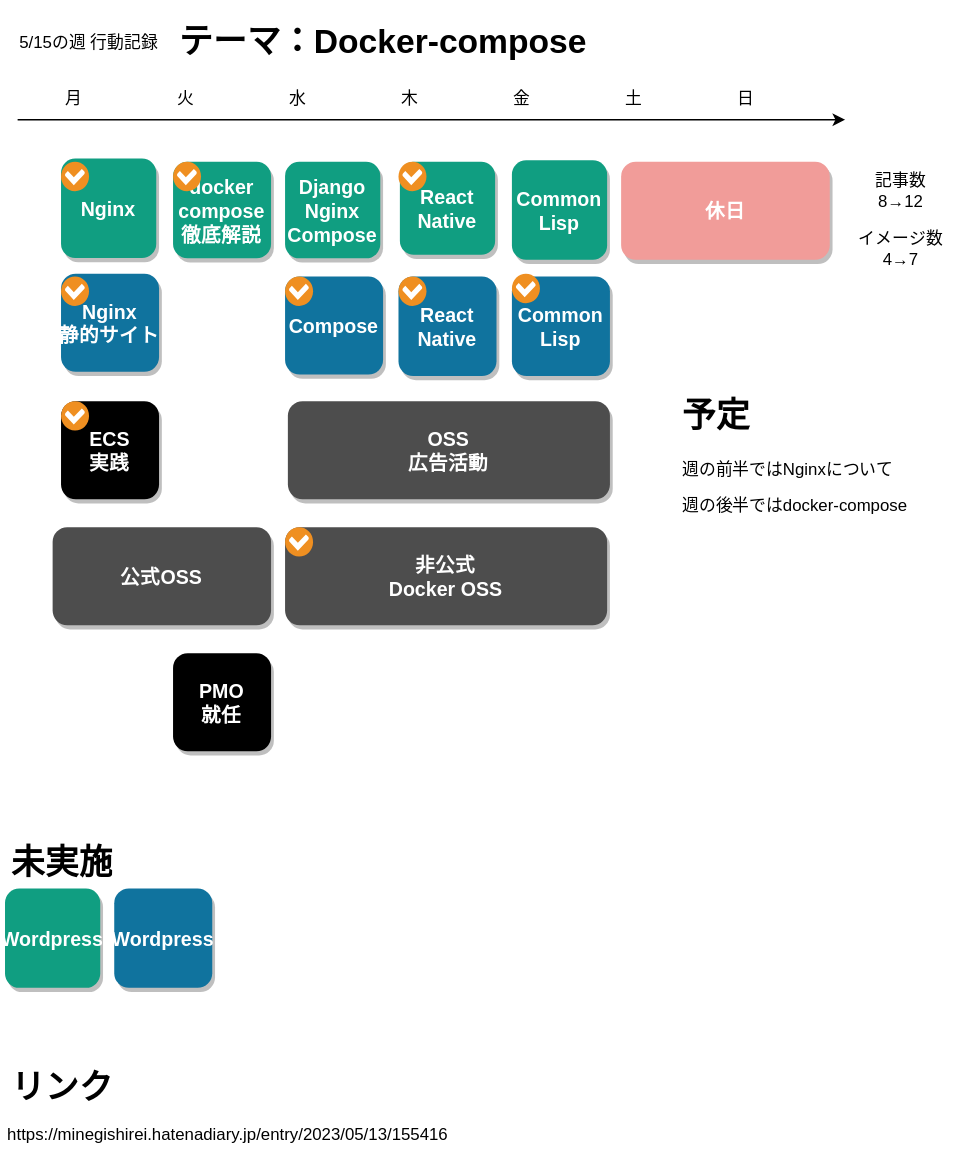
Above: 人生設計-20230515.drawio.svg in minegishirei/draw_v1 (draw.io), before the change. Source tidied: cells renumbered, new cells last; positions are measured from the earlier drawing's top-left corner, leaving out a move shared by most shapes.
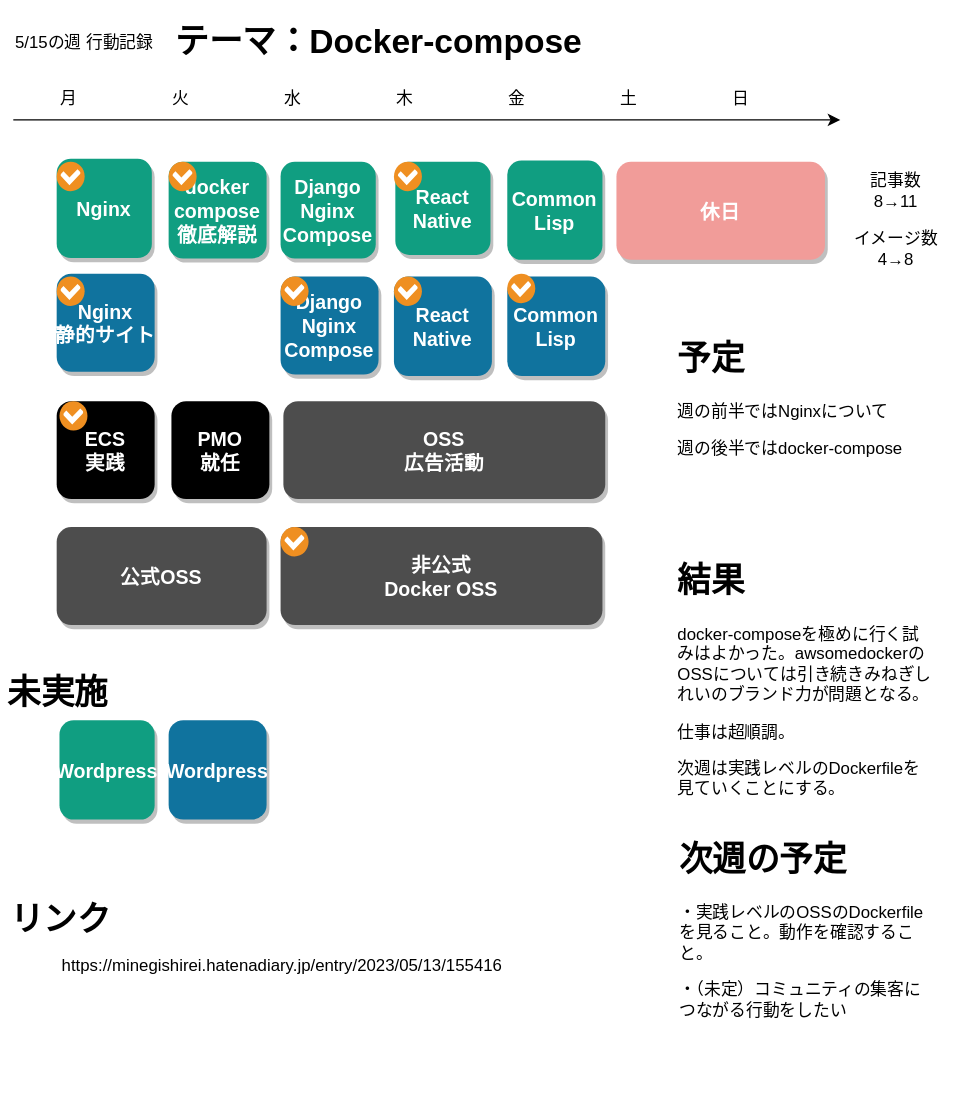
The same file after the commit.

Commit message:
人生設計-20230515.drawio.svg を追加しました。

Change to the diagram source:
```diff
@@ -48,24 +48,24 @@
       <mxGeometry y="5" width="120" height="30" as="geometry" />
     </mxCell>
     <mxCell id="16" value="&lt;h1&gt;予定&lt;/h1&gt;&lt;p&gt;週の前半ではNginxについて&lt;/p&gt;&lt;p&gt;週の後半ではdocker-compose&lt;/p&gt;" style="text;html=1;strokeColor=none;fillColor=none;spacing=5;spacingTop=-20;whiteSpace=wrap;overflow=hidden;rounded=0;" parent="1" vertex="1">
-      <mxGeometry x="479" y="267" width="190" height="120" as="geometry" />
+      <mxGeometry x="479" y="226" width="190" height="120" as="geometry" />
     </mxCell>
     <mxCell id="17" value="&lt;h1&gt;テーマ：Docker-compose&lt;/h1&gt;" style="text;html=1;strokeColor=none;fillColor=none;spacing=5;spacingTop=-20;whiteSpace=wrap;overflow=hidden;rounded=0;" parent="1" vertex="1">
       <mxGeometry x="120" width="480" height="40" as="geometry" />
     </mxCell>
-    <mxCell id="18" value="Compose" style="rounded=1;fillColor=#10739E;strokeColor=none;shadow=1;gradientColor=none;fontStyle=1;fontColor=#FFFFFF;fontSize=14;" parent="1" vertex="1">
+    <mxCell id="18" value="Django&#10;Nginx&#10;Compose" style="rounded=1;fillColor=#10739E;strokeColor=none;shadow=1;gradientColor=none;fontStyle=1;fontColor=#FFFFFF;fontSize=14;" parent="1" vertex="1">
       <mxGeometry x="200" y="187" width="70" height="70" as="geometry" />
     </mxCell>
     <mxCell id="19" value="Wordpress" style="rounded=1;fillColor=#109e81;strokeColor=none;shadow=1;gradientColor=none;fontStyle=1;fontColor=#FFFFFF;fontSize=14;" parent="1" vertex="1">
-      <mxGeometry y="624" width="68" height="71" as="geometry" />
+      <mxGeometry x="42" y="504" width="68" height="71" as="geometry" />
     </mxCell>
     <mxCell id="20" value="Wordpress" style="rounded=1;fillColor=#10739E;strokeColor=none;shadow=1;gradientColor=none;fontStyle=1;fontColor=#FFFFFF;fontSize=14;" parent="1" vertex="1">
-      <mxGeometry x="78" y="624" width="70" height="71" as="geometry" />
+      <mxGeometry x="120" y="504" width="70" height="71" as="geometry" />
     </mxCell>
-    <mxCell id="21" value="記事数&lt;br&gt;8→12" style="text;html=1;strokeColor=none;fillColor=none;align=center;verticalAlign=middle;whiteSpace=wrap;rounded=0;" parent="1" vertex="1">
+    <mxCell id="21" value="記事数&lt;br&gt;8→11" style="text;html=1;strokeColor=none;fillColor=none;align=center;verticalAlign=middle;whiteSpace=wrap;rounded=0;" parent="1" vertex="1">
       <mxGeometry x="600" y="105" width="80" height="41" as="geometry" />
     </mxCell>
-    <mxCell id="22" value="イメージ数&lt;br&gt;4→7" style="text;html=1;strokeColor=none;fillColor=none;align=center;verticalAlign=middle;whiteSpace=wrap;rounded=0;" parent="1" vertex="1">
+    <mxCell id="22" value="イメージ数&lt;br&gt;4→8" style="text;html=1;strokeColor=none;fillColor=none;align=center;verticalAlign=middle;whiteSpace=wrap;rounded=0;" parent="1" vertex="1">
       <mxGeometry x="600" y="146" width="80" height="41" as="geometry" />
     </mxCell>
     <mxCell id="23" style="shadow=0;dashed=0;html=1;strokeColor=none;fillColor=#EF8F21;labelPosition=center;verticalLabelPosition=bottom;verticalAlign=top;align=center;shape=mxgraph.veeam.checked;" parent="1" vertex="1">
@@ -75,16 +75,16 @@
       <mxGeometry x="40" y="187" width="20" height="21" as="geometry" />
     </mxCell>
     <mxCell id="25" value="公式OSS" style="rounded=1;fillColor=#4D4D4D;strokeColor=none;shadow=1;gradientColor=none;fontStyle=1;fontColor=#FFFFFF;fontSize=14;" parent="1" vertex="1">
-      <mxGeometry x="34" y="366" width="156" height="70" as="geometry" />
+      <mxGeometry x="40" y="366" width="150" height="70" as="geometry" />
     </mxCell>
     <mxCell id="26" style="shadow=0;dashed=0;html=1;strokeColor=none;fillColor=#EF8F21;labelPosition=center;verticalLabelPosition=bottom;verticalAlign=top;align=center;shape=mxgraph.veeam.checked;" parent="1" vertex="1">
-      <mxGeometry x="40" y="276" width="20" height="21" as="geometry" />
+      <mxGeometry x="42" y="276" width="20" height="21" as="geometry" />
     </mxCell>
     <mxCell id="27" style="shadow=0;dashed=0;html=1;strokeColor=none;fillColor=#EF8F21;labelPosition=center;verticalLabelPosition=bottom;verticalAlign=top;align=center;shape=mxgraph.veeam.checked;" parent="1" vertex="1">
       <mxGeometry x="120" y="105" width="20" height="21" as="geometry" />
     </mxCell>
     <mxCell id="28" value="PMO&#10;就任" style="rounded=1;fillColor=#000000;strokeColor=none;shadow=1;gradientColor=none;fontStyle=1;fontColor=#FFFFFF;fontSize=14;" parent="1" vertex="1">
-      <mxGeometry x="120" y="456" width="70" height="70" as="geometry" />
+      <mxGeometry x="122" y="276" width="70" height="70" as="geometry" />
     </mxCell>
     <mxCell id="29" style="shadow=0;dashed=0;html=1;strokeColor=none;fillColor=#EF8F21;labelPosition=center;verticalLabelPosition=bottom;verticalAlign=top;align=center;shape=mxgraph.veeam.checked;" parent="1" vertex="1">
       <mxGeometry x="200" y="187" width="20" height="21" as="geometry" />
@@ -93,7 +93,7 @@
       <mxGeometry x="200" y="366" width="230" height="70" as="geometry" />
     </mxCell>
     <mxCell id="31" value="&lt;h1&gt;未実施&lt;/h1&gt;" style="text;html=1;strokeColor=none;fillColor=none;spacing=5;spacingTop=-20;whiteSpace=wrap;overflow=hidden;rounded=0;" parent="1" vertex="1">
-      <mxGeometry y="586" width="190" height="39" as="geometry" />
+      <mxGeometry y="465" width="190" height="39" as="geometry" />
     </mxCell>
     <mxCell id="32" value="React&#10;Native" style="rounded=1;fillColor=#109e81;strokeColor=none;shadow=1;gradientColor=none;fontStyle=1;fontColor=#FFFFFF;fontSize=14;" parent="1" vertex="1">
       <mxGeometry x="282" y="105" width="68" height="66.5" as="geometry" />
@@ -111,7 +111,7 @@
       <mxGeometry x="200" y="366" width="20" height="21" as="geometry" />
     </mxCell>
     <mxCell id="37" value="https://minegishirei.hatenadiary.jp/entry/2023/05/13/155416" style="text;whiteSpace=wrap;html=1;overflow:hidden;" parent="1" vertex="1">
-      <mxGeometry y="786" width="210" height="40" as="geometry" />
+      <mxGeometry x="42" y="666" width="210" height="40" as="geometry" />
     </mxCell>
     <mxCell id="38" value="Common&#10;Lisp" style="rounded=1;fillColor=#109e81;strokeColor=none;shadow=1;gradientColor=none;fontStyle=1;fontColor=#FFFFFF;fontSize=14;" parent="1" vertex="1">
       <mxGeometry x="362" y="104" width="68" height="71" as="geometry" />
@@ -129,7 +129,13 @@
       <mxGeometry x="362" y="185" width="20" height="21" as="geometry" />
     </mxCell>
     <mxCell id="43" value="&lt;h1&gt;リンク&lt;/h1&gt;" style="text;html=1;strokeColor=none;fillColor=none;spacing=5;spacingTop=-20;whiteSpace=wrap;overflow=hidden;rounded=0;" parent="1" vertex="1">
-      <mxGeometry y="747" width="190" height="39" as="geometry" />
+      <mxGeometry x="2" y="627" width="190" height="39" as="geometry" />
     </mxCell>
+    <mxCell id="44" value="&lt;h1&gt;結果&lt;/h1&gt;&lt;p&gt;docker-composeを極めに行く試みはよかった。awsomedockerのOSSについては引き続きみねぎしれいのブランド力が問題となる。&lt;/p&gt;&lt;p&gt;仕事は超順調。&lt;/p&gt;&lt;p&gt;次週は実践レベルのDockerfileを見ていくことにする。&lt;/p&gt;" style="text;html=1;strokeColor=none;fillColor=none;spacing=5;spacingTop=-20;whiteSpace=wrap;overflow=hidden;rounded=0;" parent="1" vertex="1">
+      <mxGeometry x="479" y="385" width="190" height="190" as="geometry" />
+    </mxCell>
+    <mxCell id="45" value="&lt;h1&gt;次週の予定&lt;/h1&gt;&lt;p&gt;・実践レベルのOSSのDockerfileを見ること。動作を確認すること。&lt;/p&gt;&lt;p&gt;・（未定）コミュニティの集客につながる行動をしたい&lt;/p&gt;" style="text;html=1;strokeColor=none;fillColor=none;spacing=5;spacingTop=-20;whiteSpace=wrap;overflow=hidden;rounded=0;" parent="1" vertex="1">
+      <mxGeometry x="480" y="584" width="190" height="190" as="geometry" />
+    </mxCell>
   </root>
 </mxGraphModel>
```
